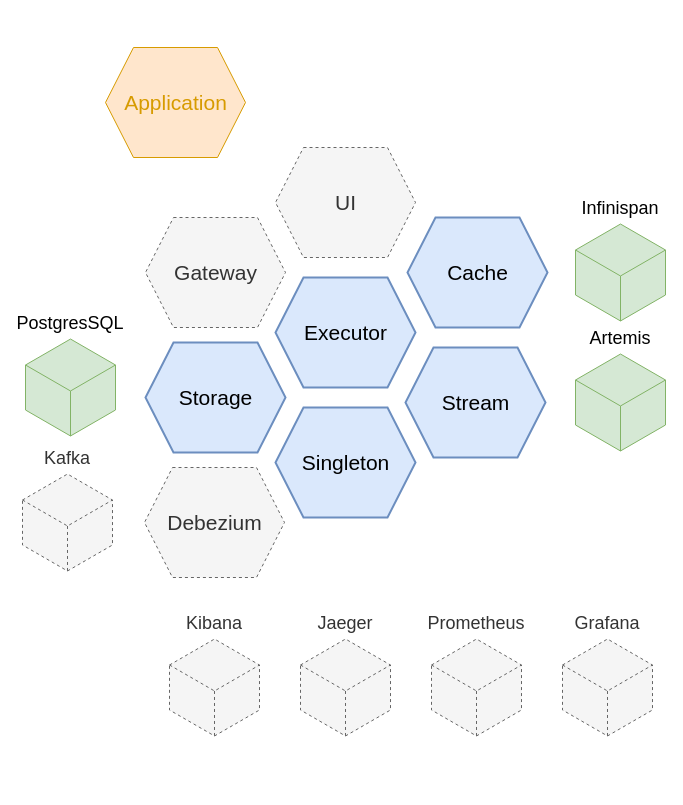
This is Test diagram.drawio from andrejpetras/documents, a draw.io file, before an edit. Source tidied: cells renumbered, new cells numbered last; positions are measured from the earlier drawing's top-left corner, leaving out a move shared by most shapes. Both pictures are drawn from the tidied source at 100%, with x=0, y=0 at pixel (22, 47).
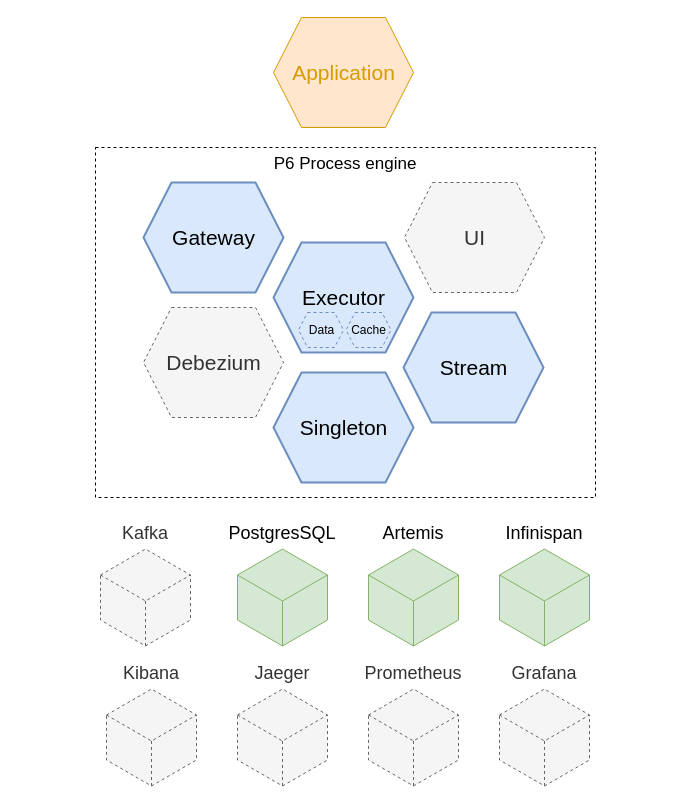
Above is the later version.

What changed in the source:
```diff
@@
 <mxGraphModel>
   <root>
     <mxCell id="0" />
     <mxCell id="1" parent="0" />
+    <mxCell id="19" value="P6 Process engine" style="rounded=0;whiteSpace=wrap;html=1;dashed=1;strokeWidth=1;fontSize=17;verticalAlign=top;fillColor=none;" parent="1" vertex="1">
+      <mxGeometry x="73" y="100" width="500" height="350" as="geometry" />
+    </mxCell>
     <mxCell id="2" value="Executor" style="verticalLabelPosition=middle;verticalAlign=middle;html=1;strokeWidth=2;shape=hexagon;perimeter=hexagonPerimeter2;arcSize=6;size=0.2;labelPosition=center;align=center;fontSize=21;fillColor=#dae8fc;strokeColor=#6c8ebf;" parent="1" vertex="1">
-      <mxGeometry x="253" y="230" width="140" height="110" as="geometry" />
+      <mxGeometry x="251" y="195" width="140" height="110" as="geometry" />
     </mxCell>
     <mxCell id="3" value="Singleton" style="verticalLabelPosition=middle;verticalAlign=middle;html=1;strokeWidth=2;shape=hexagon;perimeter=hexagonPerimeter2;arcSize=6;size=0.2;labelPosition=center;align=center;fontSize=21;fillColor=#dae8fc;strokeColor=#6c8ebf;" parent="1" vertex="1">
-      <mxGeometry x="253" y="360" width="140" height="110" as="geometry" />
+      <mxGeometry x="251" y="325" width="140" height="110" as="geometry" />
     </mxCell>
     <mxCell id="4" value="Stream" style="verticalLabelPosition=middle;verticalAlign=middle;html=1;strokeWidth=2;shape=hexagon;perimeter=hexagonPerimeter2;arcSize=6;size=0.2;labelPosition=center;align=center;fontSize=21;fillColor=#dae8fc;strokeColor=#6c8ebf;" parent="1" vertex="1">
-      <mxGeometry x="383" y="300" width="140" height="110" as="geometry" />
+      <mxGeometry x="381" y="265" width="140" height="110" as="geometry" />
     </mxCell>
-    <mxCell id="5" value="Cache" style="verticalLabelPosition=middle;verticalAlign=middle;html=1;strokeWidth=2;shape=hexagon;perimeter=hexagonPerimeter2;arcSize=6;size=0.2;labelPosition=center;align=center;fontSize=21;fillColor=#dae8fc;strokeColor=#6c8ebf;" parent="1" vertex="1">
-      <mxGeometry x="385" y="170" width="140" height="110" as="geometry" />
+    <mxCell id="5" value="Cache" style="verticalLabelPosition=middle;verticalAlign=middle;html=1;strokeWidth=1;shape=hexagon;perimeter=hexagonPerimeter2;arcSize=6;size=0.2;labelPosition=center;align=center;fontSize=12;fillColor=#dae8fc;strokeColor=#6c8ebf;dashed=1;" parent="1" vertex="1">
+      <mxGeometry x="323.5" y="265" width="45" height="35" as="geometry" />
     </mxCell>
-    <mxCell id="6" value="Storage" style="verticalLabelPosition=middle;verticalAlign=middle;html=1;strokeWidth=2;shape=hexagon;perimeter=hexagonPerimeter2;arcSize=6;size=0.2;labelPosition=center;align=center;fontSize=21;fillColor=#dae8fc;strokeColor=#6c8ebf;" parent="1" vertex="1">
-      <mxGeometry x="123" y="295" width="140" height="110" as="geometry" />
+    <mxCell id="6" value="Data" style="verticalLabelPosition=middle;verticalAlign=middle;html=1;strokeWidth=1;shape=hexagon;perimeter=hexagonPerimeter2;arcSize=6;size=0.2;labelPosition=center;align=center;fontSize=12;fillColor=#dae8fc;strokeColor=#6c8ebf;dashed=1;" parent="1" vertex="1">
+      <mxGeometry x="276" y="265" width="45" height="35" as="geometry" />
     </mxCell>
     <mxCell id="7" value="Infinispan" style="html=1;whiteSpace=wrap;shape=isoCube;backgroundOutline=1;fontSize=18;verticalAlign=bottom;labelPosition=center;verticalLabelPosition=top;align=center;fillColor=#d5e8d4;strokeColor=#82b366;" parent="1" vertex="1">
-      <mxGeometry x="553" y="175" width="90" height="100" as="geometry" />
+      <mxGeometry x="477" y="500" width="90" height="100" as="geometry" />
     </mxCell>
     <mxCell id="8" value="Artemis" style="html=1;whiteSpace=wrap;shape=isoCube;backgroundOutline=1;fontSize=18;verticalAlign=bottom;labelPosition=center;verticalLabelPosition=top;align=center;fillColor=#d5e8d4;strokeColor=#82b366;" parent="1" vertex="1">
-      <mxGeometry x="553" y="305" width="90" height="100" as="geometry" />
+      <mxGeometry x="346" y="500" width="90" height="100" as="geometry" />
     </mxCell>
     <mxCell id="9" value="PostgresSQL" style="html=1;whiteSpace=wrap;shape=isoCube;backgroundOutline=1;fontSize=18;verticalAlign=bottom;labelPosition=center;verticalLabelPosition=top;align=center;fillColor=#d5e8d4;strokeColor=#82b366;" parent="1" vertex="1">
-      <mxGeometry x="3" y="290" width="90" height="100" as="geometry" />
+      <mxGeometry x="215" y="500" width="90" height="100" as="geometry" />
     </mxCell>
     <mxCell id="10" value="Kafka" style="html=1;whiteSpace=wrap;shape=isoCube;backgroundOutline=1;fontSize=18;verticalAlign=bottom;labelPosition=center;verticalLabelPosition=top;align=center;dashed=1;fillColor=#f5f5f5;strokeColor=#666666;fontColor=#333333;" parent="1" vertex="1">
-      <mxGeometry y="425" width="90" height="100" as="geometry" />
+      <mxGeometry x="78" y="500" width="90" height="100" as="geometry" />
     </mxCell>
     <mxCell id="11" value="Debezium" style="verticalLabelPosition=middle;verticalAlign=middle;html=1;strokeWidth=1;shape=hexagon;perimeter=hexagonPerimeter2;arcSize=6;size=0.2;labelPosition=center;align=center;fontSize=21;dashed=1;fillColor=#f5f5f5;strokeColor=#666666;fontColor=#333333;" parent="1" vertex="1">
-      <mxGeometry x="122" y="420" width="140" height="110" as="geometry" />
+      <mxGeometry x="121" y="260" width="140" height="110" as="geometry" />
     </mxCell>
-    <mxCell id="12" value="Gateway" style="verticalLabelPosition=middle;verticalAlign=middle;html=1;strokeWidth=1;shape=hexagon;perimeter=hexagonPerimeter2;arcSize=6;size=0.2;labelPosition=center;align=center;fontSize=21;dashed=1;fillColor=#f5f5f5;strokeColor=#666666;fontColor=#333333;" parent="1" vertex="1">
-      <mxGeometry x="123" y="170" width="140" height="110" as="geometry" />
+    <mxCell id="12" value="Gateway" style="verticalLabelPosition=middle;verticalAlign=middle;html=1;strokeWidth=2;shape=hexagon;perimeter=hexagonPerimeter2;arcSize=6;size=0.2;labelPosition=center;align=center;fontSize=21;fillColor=#dae8fc;strokeColor=#6c8ebf;fontColor=#000000;" parent="1" vertex="1">
+      <mxGeometry x="121" y="135" width="140" height="110" as="geometry" />
     </mxCell>
     <mxCell id="13" value="UI" style="verticalLabelPosition=middle;verticalAlign=middle;html=1;strokeWidth=1;shape=hexagon;perimeter=hexagonPerimeter2;arcSize=6;size=0.2;labelPosition=center;align=center;fontSize=21;dashed=1;fillColor=#f5f5f5;strokeColor=#666666;fontColor=#333333;" parent="1" vertex="1">
-      <mxGeometry x="253" y="100" width="140" height="110" as="geometry" />
+      <mxGeometry x="382" y="135" width="140" height="110" as="geometry" />
     </mxCell>
     <mxCell id="14" value="Application" style="verticalLabelPosition=middle;verticalAlign=middle;html=1;strokeWidth=1;shape=hexagon;perimeter=hexagonPerimeter2;arcSize=6;size=0.2;labelPosition=center;align=center;fontSize=21;fillColor=#ffe6cc;strokeColor=#d79b00;fontColor=#D79B00;" parent="1" vertex="1">
-      <mxGeometry x="83" width="140" height="110" as="geometry" />
+      <mxGeometry x="251" y="-30" width="140" height="110" as="geometry" />
     </mxCell>
     <mxCell id="15" value="Kibana" style="html=1;whiteSpace=wrap;shape=isoCube;backgroundOutline=1;fontSize=18;verticalAlign=bottom;labelPosition=center;verticalLabelPosition=top;align=center;dashed=1;fillColor=#f5f5f5;strokeColor=#666666;fontColor=#333333;" parent="1" vertex="1">
-      <mxGeometry x="147" y="590" width="90" height="100" as="geometry" />
+      <mxGeometry x="84" y="640" width="90" height="100" as="geometry" />
     </mxCell>
     <mxCell id="16" value="Jaeger" style="html=1;whiteSpace=wrap;shape=isoCube;backgroundOutline=1;fontSize=18;verticalAlign=bottom;labelPosition=center;verticalLabelPosition=top;align=center;dashed=1;fillColor=#f5f5f5;strokeColor=#666666;fontColor=#333333;" parent="1" vertex="1">
-      <mxGeometry x="278" y="590" width="90" height="100" as="geometry" />
+      <mxGeometry x="215" y="640" width="90" height="100" as="geometry" />
     </mxCell>
     <mxCell id="17" value="Prometheus" style="html=1;whiteSpace=wrap;shape=isoCube;backgroundOutline=1;fontSize=18;verticalAlign=bottom;labelPosition=center;verticalLabelPosition=top;align=center;dashed=1;fillColor=#f5f5f5;strokeColor=#666666;fontColor=#333333;" parent="1" vertex="1">
-      <mxGeometry x="409" y="590" width="90" height="100" as="geometry" />
+      <mxGeometry x="346" y="640" width="90" height="100" as="geometry" />
     </mxCell>
     <mxCell id="18" value="Grafana" style="html=1;whiteSpace=wrap;shape=isoCube;backgroundOutline=1;fontSize=18;verticalAlign=bottom;labelPosition=center;verticalLabelPosition=top;align=center;dashed=1;fillColor=#f5f5f5;strokeColor=#666666;fontColor=#333333;" parent="1" vertex="1">
-      <mxGeometry x="540" y="590" width="90" height="100" as="geometry" />
+      <mxGeometry x="477" y="640" width="90" height="100" as="geometry" />
     </mxCell>
   </root>
 </mxGraphModel>
```
